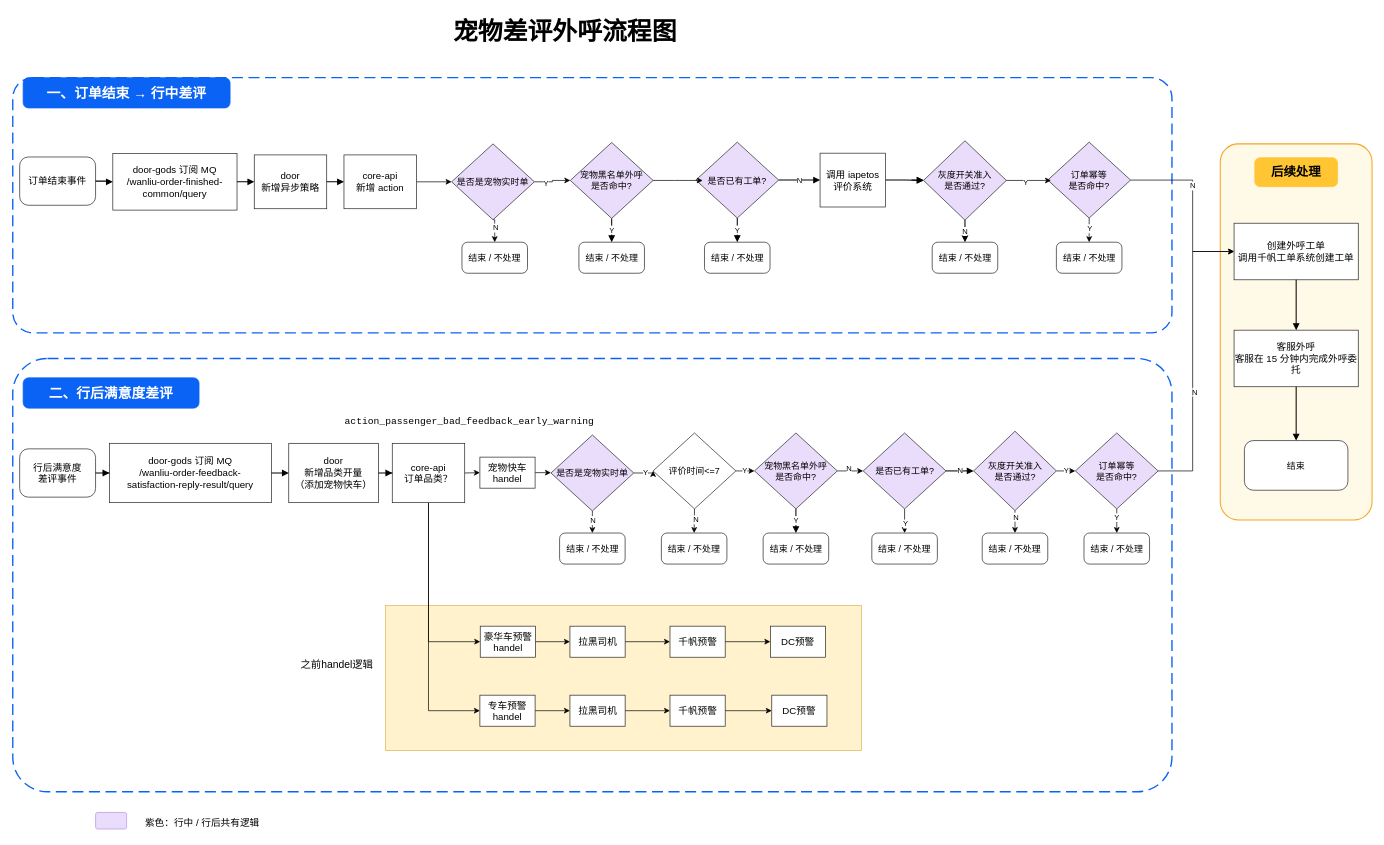
This is 宠物外呼流程图.drawio from EYOKE/hello-world, a draw.io file, before an edit. Source tidied: cells renumbered, new cells numbered last; positions are measured from the earlier drawing's top-left corner, leaving out a move shared by most shapes. Both pictures are drawn from the tidied source at 69%, with x=0, y=0 at pixel (12, 12).
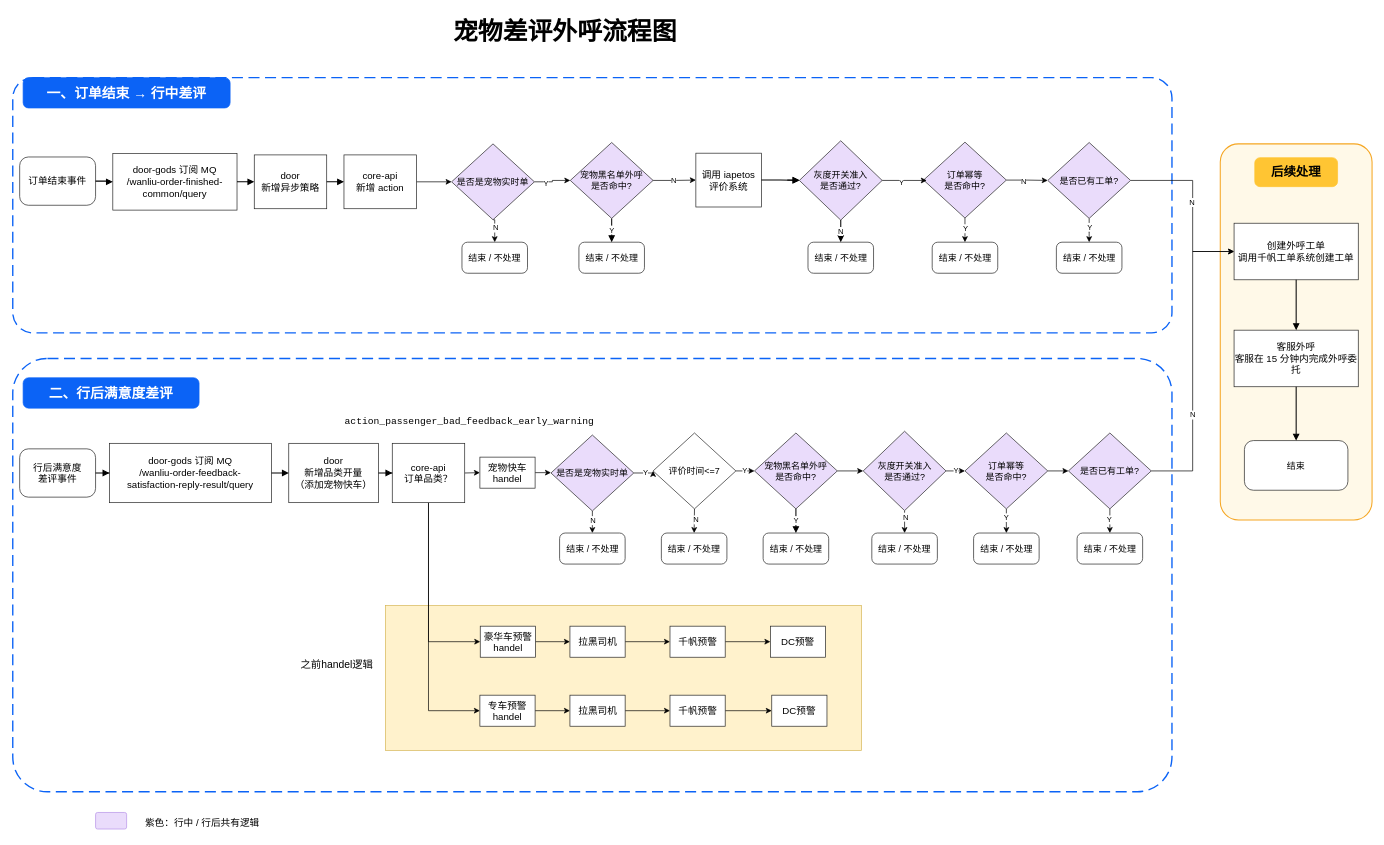
The same diagram, later.

Commit message:
更新宠物外呼流程图.drawio

The change refers to these unchanged cells:
```xml
<mxCell id="13" value="宠物黑名单外呼&lt;br&gt;是否命中?" style="rhombus;whiteSpace=wrap;html=1;fillColor=#EADCFB;strokeColor=#222222;fontSize=13;" parent="1" vertex="1">
  <mxGeometry x="808" y="189" width="120" height="110" as="geometry" />
</mxCell>
<mxCell id="29" value="宠物黑名单外呼&lt;br&gt;是否命中?" style="rhombus;whiteSpace=wrap;html=1;fillColor=#EADCFB;strokeColor=#222222;fontSize=13;" parent="1" vertex="1">
  <mxGeometry x="1075" y="610" width="120" height="110" as="geometry" />
</mxCell>
<mxCell id="42" value="创建外呼工单&lt;br&gt;调用千帆工单系统创建工单" style="rounded=0;whiteSpace=wrap;html=1;fillColor=#FFFFFF;strokeColor=#222222;fontSize=14;" parent="1" vertex="1">
  <mxGeometry x="1770" y="306" width="180" height="82" as="geometry" />
</mxCell>
```

Change to the diagram source:
```diff
@@
+    <mxCell id="114" style="edgeStyle=orthogonalEdgeStyle;rounded=0;jettySize=auto;html=1;exitX=1;exitY=0.5;exitDx=0;exitDy=0;entryX=0;entryY=0.5;entryDx=0;entryDy=0;" parent="1" edge="1" source="13" target="15">
+      <mxGeometry relative="1" as="geometry" />
+    </mxCell>
+    <mxCell id="115" value="N" style="edgeLabel;html=1;align=center;verticalAlign=middle;" parent="114" vertex="1">
+      <mxGeometry x="-0.08" y="1" relative="1" as="geometry" />
+    </mxCell>
@@
-    <mxCell id="14" value="是否已有工单?" style="rhombus;whiteSpace=wrap;html=1;fillColor=#EADCFB;strokeColor=#222222;fontSize=13;" parent="1" vertex="1">
-      <mxGeometry x="990" y="188.5" width="120" height="110" as="geometry" />
-    </mxCell>
     <mxCell id="15" value="调用 iapetos&lt;br&gt;评价系统" style="rounded=0;whiteSpace=wrap;html=1;fillColor=#FFFFFF;strokeColor=#222222;fontSize=14;" parent="1" vertex="1">
-      <mxGeometry x="1170" y="204.5" width="95" height="78" as="geometry" />
+      <mxGeometry x="990" y="204.5" width="95" height="78" as="geometry" />
     </mxCell>
@@
     <mxCell id="17" value="结束 / 不处理" style="rounded=1;whiteSpace=wrap;html=1;fillColor=#FFFFFF;strokeColor=#222222;fontSize=13;arcSize=18;" parent="1" vertex="1">
-      <mxGeometry x="1512.5" y="333.5" width="95" height="45" as="geometry" />
+      <mxGeometry x="1332.5" y="333.5" width="95" height="45" as="geometry" />
     </mxCell>
     <mxCell id="18" value="结束 / 不处理" style="rounded=1;whiteSpace=wrap;html=1;fillColor=#FFFFFF;strokeColor=#222222;fontSize=13;arcSize=18;" parent="1" vertex="1">
-      <mxGeometry x="1002.5" y="333.5" width="95" height="45" as="geometry" />
+      <mxGeometry x="1512.5" y="333.5" width="95" height="45" as="geometry" />
     </mxCell>
     <mxCell id="19" value="结束 / 不处理" style="rounded=1;whiteSpace=wrap;html=1;fillColor=#FFFFFF;strokeColor=#222222;fontSize=13;arcSize=18;" parent="1" vertex="1">
-      <mxGeometry x="1332.5" y="333.5" width="95" height="45" as="geometry" />
+      <mxGeometry x="1152.5" y="333.5" width="95" height="45" as="geometry" />
     </mxCell>
@@
-    <mxCell id="27" style="edgeStyle=orthogonalEdgeStyle;rounded=0;jettySize=auto;html=1;exitX=1;exitY=0.5;exitDx=0;exitDy=0;entryX=0;entryY=0.5;entryDx=0;entryDy=0;" parent="1" edge="1" source="29" target="32">
-      <mxGeometry relative="1" as="geometry" />
-    </mxCell>
-    <mxCell id="28" value="N" style="edgeLabel;html=1;align=center;verticalAlign=middle;" parent="27" vertex="1">
-      <mxGeometry x="-0.16" y="4" relative="1" as="geometry" />
-    </mxCell>
+    <mxCell id="116" style="edgeStyle=orthogonalEdgeStyle;rounded=0;jettySize=auto;html=1;exitX=1;exitY=0.5;exitDx=0;exitDy=0;entryX=0;entryY=0.5;entryDx=0;entryDy=0;" parent="1" edge="1" source="29" target="36">
+      <mxGeometry relative="1" as="geometry" />
+    </mxCell>
@@
-    <mxCell id="30" style="edgeStyle=orthogonalEdgeStyle;rounded=0;jettySize=auto;html=1;exitX=0.5;exitY=1;exitDx=0;exitDy=0;entryX=0.5;entryY=0;entryDx=0;entryDy=0;" parent="1" edge="1" source="32" target="38">
-      <mxGeometry relative="1" as="geometry" />
-    </mxCell>
-    <mxCell id="31" value="Y" style="edgeLabel;html=1;align=center;verticalAlign=middle;" parent="30" vertex="1">
-      <mxGeometry x="0.21" y="1" relative="1" as="geometry" />
-    </mxCell>
-    <mxCell id="32" value="是否已有工单?" style="rhombus;whiteSpace=wrap;html=1;fillColor=#EADCFB;strokeColor=#222222;fontSize=13;" parent="1" vertex="1">
-      <mxGeometry x="1232.5" y="610" width="120" height="110" as="geometry" />
-    </mxCell>
@@
     <mxCell id="36" value="灰度开关准入&lt;br&gt;是否通过?" style="rhombus;whiteSpace=wrap;html=1;fillColor=#EADCFB;strokeColor=#222222;fontSize=13;" parent="1" vertex="1">
-      <mxGeometry x="1392.5" y="607.5" width="120" height="115" as="geometry" />
+      <mxGeometry x="1232.5" y="607.5" width="120" height="115" as="geometry" />
     </mxCell>
@@
     <mxCell id="38" value="结束 / 不处理" style="rounded=1;whiteSpace=wrap;html=1;fillColor=#FFFFFF;strokeColor=#222222;fontSize=13;arcSize=18;" parent="1" vertex="1">
-      <mxGeometry x="1245" y="755" width="95" height="45" as="geometry" />
+      <mxGeometry x="1542.5" y="755" width="95" height="45" as="geometry" />
     </mxCell>
     <mxCell id="39" value="结束 / 不处理" style="rounded=1;whiteSpace=wrap;html=1;fillColor=#FFFFFF;strokeColor=#222222;fontSize=13;arcSize=18;" parent="1" vertex="1">
-      <mxGeometry x="1552.5" y="755" width="95" height="45" as="geometry" />
+      <mxGeometry x="1392.5" y="755" width="95" height="45" as="geometry" />
     </mxCell>
@@
-    <mxCell id="48" value="N" style="edgeStyle=orthogonalEdgeStyle;rounded=0;jettySize=auto;html=1;endArrow=block;endFill=1;strokeWidth=1.5;" parent="1" edge="1" source="14" target="15">
-      <mxGeometry relative="1" as="geometry" />
-    </mxCell>
@@
-    <mxCell id="51" value="Y" style="edgeStyle=orthogonalEdgeStyle;rounded=0;jettySize=auto;html=1;endArrow=block;endFill=1;strokeWidth=1.5;" parent="1" edge="1" source="14" target="18">
-      <mxGeometry relative="1" as="geometry" />
-    </mxCell>
@@
-    <mxCell id="56" value="N" style="edgeStyle=orthogonalEdgeStyle;rounded=0;jettySize=auto;html=1;endArrow=block;endFill=1;strokeWidth=1.5;" parent="1" edge="1" source="32" target="36">
-      <mxGeometry relative="1" as="geometry" />
-    </mxCell>
@@
     <mxCell id="98" style="edgeStyle=orthogonalEdgeStyle;rounded=0;jettySize=auto;html=1;endArrow=block;endFill=1;strokeWidth=1.5;entryX=0;entryY=0.5;entryDx=0;entryDy=0;" parent="1" edge="1" target="99">
       <mxGeometry relative="1" as="geometry">
-        <mxPoint x="1302.5" y="243.5" as="sourcePoint" />
+        <mxPoint x="1122.5" y="243.5" as="sourcePoint" />
       </mxGeometry>
     </mxCell>
     <mxCell id="99" value="灰度开关准入&lt;br&gt;是否通过?" style="rhombus;whiteSpace=wrap;html=1;fillColor=#EADCFB;strokeColor=#222222;fontSize=13;" parent="1" vertex="1">
-      <mxGeometry x="1320" y="186.5" width="120" height="115" as="geometry" />
+      <mxGeometry x="1140" y="186.5" width="120" height="115" as="geometry" />
     </mxCell>
@@
-    <mxCell id="102" style="edgeStyle=orthogonalEdgeStyle;rounded=0;jettySize=auto;html=1;exitX=1;exitY=0.5;exitDx=0;exitDy=0;entryX=0;entryY=0.5;entryDx=0;entryDy=0;" parent="1" edge="1" source="104" target="42">
-      <mxGeometry relative="1" as="geometry">
-        <Array as="points">
-          <mxPoint x="1710" y="665" />
-          <mxPoint x="1710" y="347" />
-        </Array>
-      </mxGeometry>
-    </mxCell>
-    <mxCell id="103" value="N" style="edgeLabel;html=1;align=center;verticalAlign=middle;" parent="102" vertex="1">
-      <mxGeometry x="-0.23" y="-2" relative="1" as="geometry" />
-    </mxCell>
+    <mxCell id="117" style="edgeStyle=orthogonalEdgeStyle;rounded=0;jettySize=auto;html=1;exitX=1;exitY=0.5;exitDx=0;exitDy=0;entryX=0;entryY=0.5;entryDx=0;entryDy=0;" parent="1" edge="1" source="104" target="129">
+      <mxGeometry relative="1" as="geometry" />
+    </mxCell>
     <mxCell id="104" value="订单幂等&lt;br&gt;是否命中?" style="rhombus;whiteSpace=wrap;html=1;fillColor=#EADCFB;strokeColor=#222222;fontSize=13;" parent="1" vertex="1">
-      <mxGeometry x="1540" y="610" width="120" height="110" as="geometry" />
+      <mxGeometry x="1380" y="610" width="120" height="110" as="geometry" />
     </mxCell>
     <mxCell id="105" value="结束 / 不处理" style="rounded=1;whiteSpace=wrap;html=1;fillColor=#FFFFFF;strokeColor=#222222;fontSize=13;arcSize=18;" parent="1" vertex="1">
-      <mxGeometry x="1405" y="755" width="95" height="45" as="geometry" />
+      <mxGeometry x="1245" y="755" width="95" height="45" as="geometry" />
     </mxCell>
@@
-    <mxCell id="108" style="edgeStyle=orthogonalEdgeStyle;rounded=0;jettySize=auto;html=1;exitX=1;exitY=0.5;exitDx=0;exitDy=0;entryX=0;entryY=0.5;entryDx=0;entryDy=0;" parent="1" edge="1" source="110" target="42">
-      <mxGeometry relative="1" as="geometry">
-        <Array as="points">
-          <mxPoint x="1710" y="243.5" />
-          <mxPoint x="1710" y="347" />
-        </Array>
-      </mxGeometry>
-    </mxCell>
-    <mxCell id="109" value="N" style="edgeLabel;html=1;align=center;verticalAlign=middle;" parent="108" vertex="1">
-      <mxGeometry x="-0.23" y="-1" relative="1" as="geometry" />
-    </mxCell>
+    <mxCell id="118" style="edgeStyle=orthogonalEdgeStyle;rounded=0;jettySize=auto;html=1;exitX=1;exitY=0.5;exitDx=0;exitDy=0;entryX=0;entryY=0.5;entryDx=0;entryDy=0;" parent="1" edge="1" source="110" target="124">
+      <mxGeometry relative="1" as="geometry" />
+    </mxCell>
+    <mxCell id="119" value="N" style="edgeLabel;html=1;align=center;verticalAlign=middle;" parent="118" vertex="1">
+      <mxGeometry x="-0.2" y="-1" relative="1" as="geometry" />
+    </mxCell>
     <mxCell id="110" value="订单幂等&lt;br&gt;是否命中?" style="rhombus;whiteSpace=wrap;html=1;fillColor=#EADCFB;strokeColor=#222222;fontSize=13;" parent="1" vertex="1">
-      <mxGeometry x="1500" y="188.5" width="120" height="110" as="geometry" />
+      <mxGeometry x="1320" y="188.5" width="120" height="110" as="geometry" />
     </mxCell>
-    <mxCell id="111" style="edgeStyle=orthogonalEdgeStyle;rounded=0;jettySize=auto;html=1;exitX=1;exitY=0.5;exitDx=0;exitDy=0;entryX=0.083;entryY=0.505;entryDx=0;entryDy=0;entryPerimeter=0;" parent="1" edge="1" source="13" target="14">
-      <mxGeometry relative="1" as="geometry" />
-    </mxCell>
@@
+    <mxCell id="120" style="edgeStyle=orthogonalEdgeStyle;rounded=0;jettySize=auto;html=1;exitX=0.5;exitY=1;exitDx=0;exitDy=0;" parent="1" edge="1" source="124" target="18">
+      <mxGeometry relative="1" as="geometry" />
+    </mxCell>
+    <mxCell id="121" value="Y" style="edgeLabel;html=1;align=center;verticalAlign=middle;" parent="120" vertex="1">
+      <mxGeometry x="-0.47" relative="1" as="geometry" />
+    </mxCell>
+    <mxCell id="122" style="edgeStyle=orthogonalEdgeStyle;rounded=0;jettySize=auto;html=1;exitX=1;exitY=0.5;exitDx=0;exitDy=0;entryX=0;entryY=0.5;entryDx=0;entryDy=0;" parent="1" edge="1" source="124" target="42">
+      <mxGeometry relative="1" as="geometry">
+        <Array as="points">
+          <mxPoint x="1710" y="244" />
+          <mxPoint x="1710" y="347" />
+        </Array>
+      </mxGeometry>
+    </mxCell>
+    <mxCell id="123" value="N" style="edgeLabel;html=1;align=center;verticalAlign=middle;" parent="122" vertex="1">
+      <mxGeometry x="-0.04" y="-2" relative="1" as="geometry" />
+    </mxCell>
+    <mxCell id="124" value="是否已有工单?" style="rhombus;whiteSpace=wrap;html=1;fillColor=#EADCFB;strokeColor=#222222;fontSize=13;" parent="1" vertex="1">
+      <mxGeometry x="1500" y="189" width="120" height="110" as="geometry" />
+    </mxCell>
+    <mxCell id="125" style="edgeStyle=orthogonalEdgeStyle;rounded=0;jettySize=auto;html=1;exitX=0.5;exitY=1;exitDx=0;exitDy=0;entryX=0.5;entryY=0;entryDx=0;entryDy=0;" parent="1" edge="1" source="129" target="38">
+      <mxGeometry relative="1" as="geometry" />
+    </mxCell>
+    <mxCell id="126" value="Y" style="edgeLabel;html=1;align=center;verticalAlign=middle;" parent="125" vertex="1">
+      <mxGeometry x="-0.17" y="-2" relative="1" as="geometry" />
+    </mxCell>
+    <mxCell id="127" style="edgeStyle=orthogonalEdgeStyle;rounded=0;jettySize=auto;html=1;exitX=1;exitY=0.5;exitDx=0;exitDy=0;entryX=0;entryY=0.5;entryDx=0;entryDy=0;" parent="1" edge="1" source="129" target="42">
+      <mxGeometry relative="1" as="geometry" />
+    </mxCell>
+    <mxCell id="128" value="N" style="edgeLabel;html=1;align=center;verticalAlign=middle;" parent="127" vertex="1">
+      <mxGeometry x="-0.35" y="1" relative="1" as="geometry" />
+    </mxCell>
+    <mxCell id="129" value="是否已有工单?" style="rhombus;whiteSpace=wrap;html=1;fillColor=#EADCFB;strokeColor=#222222;fontSize=13;" parent="1" vertex="1">
+      <mxGeometry x="1530" y="610" width="120" height="110" as="geometry" />
+    </mxCell>
```
